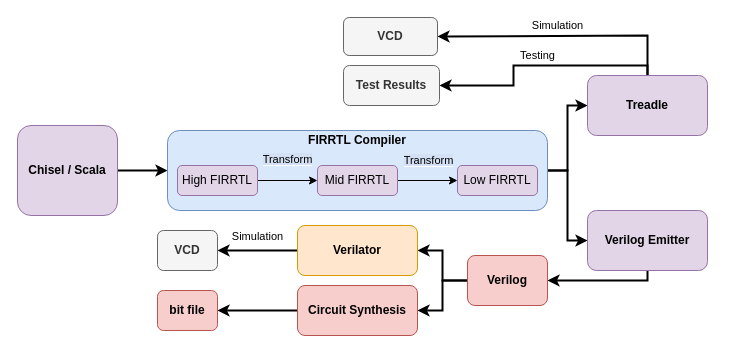
Above: Coverage/Chisel_FIRRTL_VERILOG.drawio in chiselverify/documentation (draw.io), before the change. Source tidied: cells renumbered, new cells numbered last; positions are measured from the earlier drawing's top-left corner, leaving out a move shared by most shapes. Both pictures are drawn from the tidied source at 100%, with x=0, y=0 at pixel (17, 17).
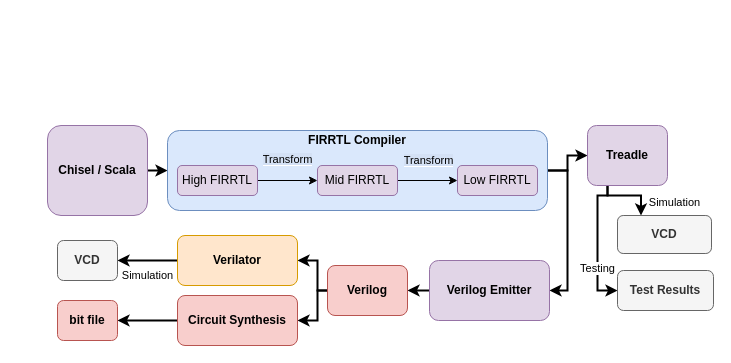
The same diagram, later.

Unchanged cells that the change refers to:
```xml
<mxCell id="6" style="rounded=1;whiteSpace=wrap;html=1;fillColor=#dae8fc;strokeColor=#6c8ebf;" parent="1" vertex="1">
  <mxGeometry x="150" y="113" width="380" height="80" as="geometry" />
</mxCell>
```

Change to the diagram source:
```diff
@@
     <mxCell id="3" value="&lt;b&gt;Chisel / Scala&lt;/b&gt;" style="rounded=1;whiteSpace=wrap;html=1;fillColor=#e1d5e7;strokeColor=#9673a6;" parent="1" vertex="1">
-      <mxGeometry y="108" width="100" height="90" as="geometry" />
+      <mxGeometry x="30" y="108" width="100" height="90" as="geometry" />
     </mxCell>
@@
-    <mxCell id="5" style="edgeStyle=orthogonalEdgeStyle;rounded=0;jettySize=auto;html=1;exitX=1;exitY=0.5;exitDx=0;exitDy=0;entryX=0;entryY=0.5;entryDx=0;entryDy=0;strokeWidth=2;" parent="1" edge="1" source="6" target="17">
-      <mxGeometry relative="1" as="geometry" />
+    <mxCell id="5" style="edgeStyle=orthogonalEdgeStyle;rounded=0;jettySize=auto;html=1;exitX=1;exitY=0.5;exitDx=0;exitDy=0;entryX=1;entryY=0.5;entryDx=0;entryDy=0;strokeWidth=2;" parent="1" edge="1" source="6" target="17">
+      <mxGeometry relative="1" as="geometry">
+        <Array as="points">
+          <mxPoint x="550" y="153" />
+          <mxPoint x="550" y="273" />
+        </Array>
+      </mxGeometry>
     </mxCell>
@@
-    <mxCell id="13" value="Simulation" style="edgeStyle=orthogonalEdgeStyle;rounded=0;jettySize=auto;html=1;exitX=0.5;exitY=0;exitDx=0;exitDy=0;strokeWidth=2;entryX=1;entryY=0.5;entryDx=0;entryDy=0;" parent="1" edge="1" source="15" target="21">
-      <mxGeometry x="0.04" y="-10" relative="1" as="geometry">
+    <mxCell id="13" value="Simulation" style="edgeStyle=orthogonalEdgeStyle;rounded=0;jettySize=auto;html=1;exitX=0.25;exitY=1;exitDx=0;exitDy=0;strokeWidth=2;entryX=0.25;entryY=0;entryDx=0;entryDy=0;" parent="1" edge="1" source="15" target="21">
+      <mxGeometry x="0.57" y="33" relative="1" as="geometry">
         <Array as="points">
-          <mxPoint x="630" y="18" />
+          <mxPoint x="590" y="178" />
+          <mxPoint x="624" y="178" />
         </Array>
       </mxGeometry>
     </mxCell>
-    <mxCell id="14" value="Testing" style="edgeStyle=orthogonalEdgeStyle;rounded=0;jettySize=auto;html=1;exitX=0.5;exitY=0;exitDx=0;exitDy=0;entryX=1;entryY=0.5;entryDx=0;entryDy=0;strokeWidth=2;" parent="1" edge="1" source="15" target="26">
-      <mxGeometry x="0.01" y="-10" relative="1" as="geometry">
+    <mxCell id="14" value="Testing" style="edgeStyle=orthogonalEdgeStyle;rounded=0;jettySize=auto;html=1;exitX=0.25;exitY=1;exitDx=0;exitDy=0;entryX=0;entryY=0.5;entryDx=0;entryDy=0;strokeWidth=2;" parent="1" edge="1" source="15" target="26">
+      <mxGeometry x="0.38" relative="1" as="geometry">
         <Array as="points">
-          <mxPoint x="630" y="48" />
-          <mxPoint x="496" y="48" />
-          <mxPoint x="496" y="68" />
+          <mxPoint x="590" y="178" />
+          <mxPoint x="580" y="178" />
+          <mxPoint x="580" y="273" />
         </Array>
       </mxGeometry>
     </mxCell>
     <mxCell id="15" value="&lt;b&gt;Treadle&lt;/b&gt;" style="rounded=1;whiteSpace=wrap;html=1;fillColor=#e1d5e7;strokeColor=#9673a6;" parent="1" vertex="1">
-      <mxGeometry x="570" y="58" width="120" height="60" as="geometry" />
+      <mxGeometry x="570" y="108" width="80" height="60" as="geometry" />
     </mxCell>
-    <mxCell id="16" style="edgeStyle=orthogonalEdgeStyle;rounded=0;jettySize=auto;html=1;exitX=0.5;exitY=1;exitDx=0;exitDy=0;entryX=1;entryY=0.5;entryDx=0;entryDy=0;strokeWidth=2;" parent="1" edge="1" source="17" target="20">
-      <mxGeometry relative="1" as="geometry">
-        <Array as="points">
-          <mxPoint x="630" y="263" />
-        </Array>
-      </mxGeometry>
+    <mxCell id="16" style="edgeStyle=orthogonalEdgeStyle;rounded=0;jettySize=auto;html=1;exitX=0;exitY=0.5;exitDx=0;exitDy=0;entryX=1;entryY=0.5;entryDx=0;entryDy=0;strokeWidth=2;" parent="1" edge="1" source="17" target="20">
+      <mxGeometry relative="1" as="geometry" />
     </mxCell>
     <mxCell id="17" value="&lt;b&gt;Verilog Emitter&lt;/b&gt;" style="rounded=1;whiteSpace=wrap;html=1;fillColor=#e1d5e7;strokeColor=#9673a6;" parent="1" vertex="1">
-      <mxGeometry x="570" y="193" width="120" height="60" as="geometry" />
+      <mxGeometry x="412" y="243" width="120" height="60" as="geometry" />
     </mxCell>
     <mxCell id="18" style="edgeStyle=orthogonalEdgeStyle;rounded=0;jettySize=auto;html=1;exitX=0;exitY=0.5;exitDx=0;exitDy=0;entryX=1;entryY=0.5;entryDx=0;entryDy=0;strokeWidth=2;" parent="1" edge="1" source="20" target="25">
-      <mxGeometry relative="1" as="geometry" />
+      <mxGeometry relative="1" as="geometry">
+        <Array as="points">
+          <mxPoint x="300" y="273" />
+          <mxPoint x="300" y="243" />
+        </Array>
+      </mxGeometry>
     </mxCell>
     <mxCell id="19" style="edgeStyle=orthogonalEdgeStyle;rounded=0;jettySize=auto;html=1;exitX=0;exitY=0.5;exitDx=0;exitDy=0;entryX=1;entryY=0.5;entryDx=0;entryDy=0;strokeWidth=2;" parent="1" edge="1" source="20" target="23">
-      <mxGeometry relative="1" as="geometry" />
+      <mxGeometry relative="1" as="geometry">
+        <Array as="points">
+          <mxPoint x="300" y="273" />
+          <mxPoint x="300" y="303" />
+        </Array>
+      </mxGeometry>
     </mxCell>
     <mxCell id="20" value="&lt;b&gt;Verilog&lt;/b&gt;" style="rounded=1;whiteSpace=wrap;html=1;fillColor=#f8cecc;strokeColor=#b85450;" parent="1" vertex="1">
-      <mxGeometry x="450" y="238" width="80" height="50" as="geometry" />
+      <mxGeometry x="310" y="248" width="80" height="50" as="geometry" />
     </mxCell>
     <mxCell id="21" value="&lt;b&gt;VCD&lt;/b&gt;" style="rounded=1;whiteSpace=wrap;html=1;fillColor=#f5f5f5;strokeColor=#666666;fontColor=#333333;" parent="1" vertex="1">
-      <mxGeometry x="326" width="94" height="38" as="geometry" />
+      <mxGeometry x="600" y="198" width="94" height="38" as="geometry" />
     </mxCell>
@@
     <mxCell id="23" value="&lt;b&gt;Circuit Synthesis&lt;/b&gt;" style="rounded=1;whiteSpace=wrap;html=1;fillColor=#f8cecc;strokeColor=#b85450;" parent="1" vertex="1">
-      <mxGeometry x="280" y="268" width="120" height="50" as="geometry" />
+      <mxGeometry x="160" y="278" width="120" height="50" as="geometry" />
     </mxCell>
     <mxCell id="24" value="Simulation" style="edgeStyle=orthogonalEdgeStyle;rounded=0;jettySize=auto;html=1;exitX=0;exitY=0.5;exitDx=0;exitDy=0;strokeWidth=2;entryX=1;entryY=0.5;entryDx=0;entryDy=0;" parent="1" edge="1" source="25" target="27">
-      <mxGeometry x="0.01" y="-14" relative="1" as="geometry" />
+      <mxGeometry y="15" relative="1" as="geometry" />
     </mxCell>
     <mxCell id="25" value="&lt;b&gt;Verilator&lt;/b&gt;" style="rounded=1;whiteSpace=wrap;html=1;fillColor=#ffe6cc;strokeColor=#d79b00;" parent="1" vertex="1">
-      <mxGeometry x="280" y="208" width="120" height="50" as="geometry" />
+      <mxGeometry x="160" y="218" width="120" height="50" as="geometry" />
     </mxCell>
     <mxCell id="26" value="&lt;b&gt;Test Results&lt;/b&gt;" style="rounded=1;whiteSpace=wrap;html=1;fillColor=#f5f5f5;strokeColor=#666666;fontColor=#333333;" parent="1" vertex="1">
-      <mxGeometry x="326" y="48" width="96" height="40" as="geometry" />
+      <mxGeometry x="600" y="253" width="96" height="40" as="geometry" />
     </mxCell>
     <mxCell id="27" value="&lt;b&gt;VCD&lt;/b&gt;" style="rounded=1;whiteSpace=wrap;html=1;fillColor=#f5f5f5;strokeColor=#666666;fontColor=#333333;" parent="1" vertex="1">
-      <mxGeometry x="140" y="213" width="60" height="40" as="geometry" />
+      <mxGeometry x="40" y="223" width="60" height="40" as="geometry" />
     </mxCell>
     <mxCell id="28" value="&lt;b&gt;bit file&lt;/b&gt;" style="rounded=1;whiteSpace=wrap;html=1;fillColor=#f8cecc;strokeColor=#b85450;" parent="1" vertex="1">
-      <mxGeometry x="140" y="273" width="60" height="40" as="geometry" />
+      <mxGeometry x="40" y="283" width="60" height="40" as="geometry" />
     </mxCell>
```
